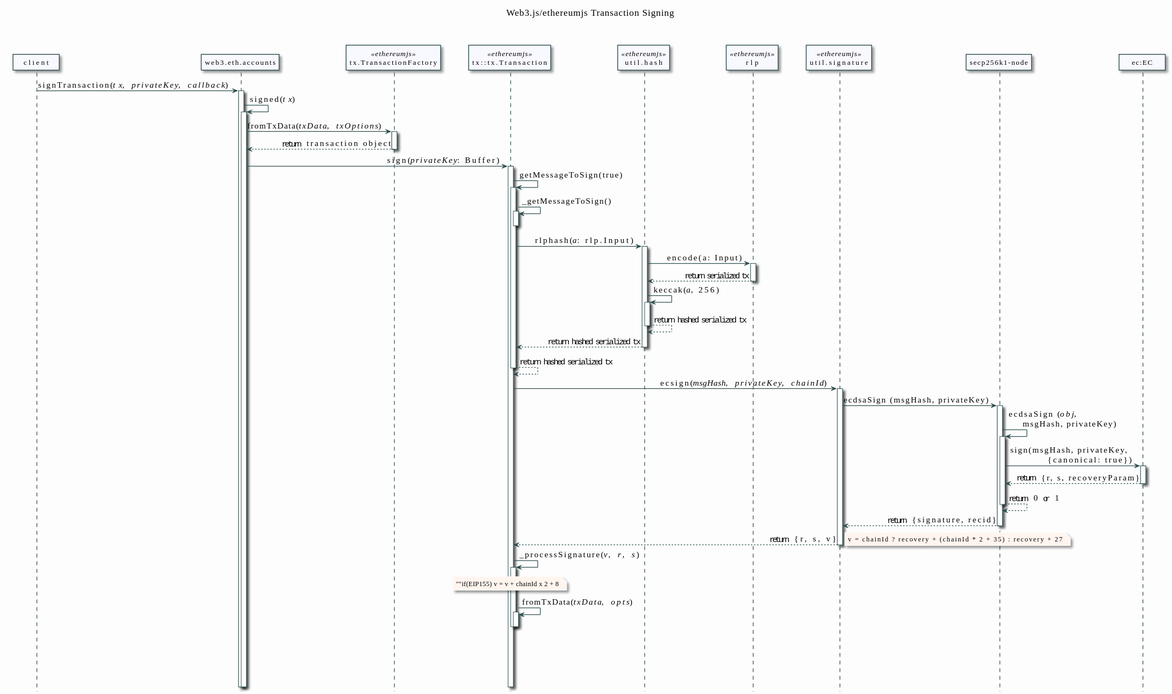
3rdstage/models keeps this PlantUML diagram as blockchain/signing/transaction-signing-workflow-web3js.svg. Above is the earlier version.
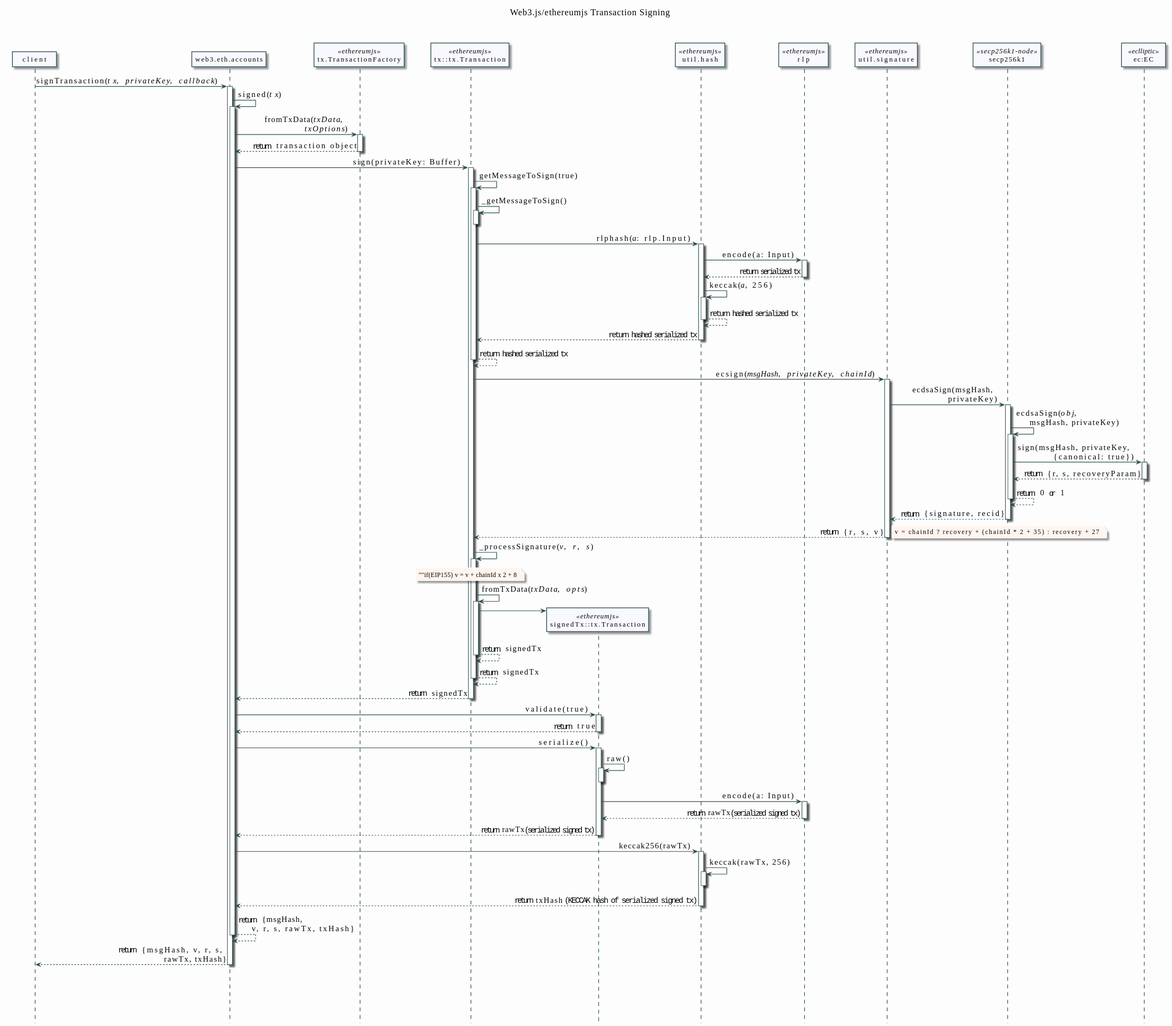
The same diagram one commit later.

The edit, as a diff of the source:
```diff
@@ -61,15 +61,17 @@
 participant "web3.eth.accounts" as accts
 participant "tx.TransactionFactory" as factory <<ethereumjs>>
 participant "tx::tx.Transaction" as tx <<ethereumjs>>
+participant "signedTx::tx.Transaction" as signedTx <<ethereumjs>>
 participant "util.hash" as hash <<ethereumjs>>
 participant "rlp" as rlp <<ethereumjs>>
 participant "util.signature" as signature <<ethereumjs>>
-participant "secp256k1-node" as secp256k1
-participant "ec:EC" as ec
+participant "secp256k1" as secp256k1 <<secp256k1-node>>
+participant "ec:EC" as ec <<eclliptic>>
 
 url of accts is [[https://github.com/ChainSafe/web3.js/blob/v1.7.0/packages/web3-eth-accounts/src/index.js]]
 url of factory is [[https://github.com/ethereumjs/ethereumjs-monorepo/blob/6e41fb32a4916cff53ec940d94e3c238f3c20d5f/packages/tx/src/transactionFactory.ts]]
 url of tx is [[https://github.com/ethereumjs/ethereumjs-monorepo/blob/6e41fb32a4916cff53ec940d94e3c238f3c20d5f/packages/tx/src/legacyTransaction.ts]]
+url of signedTx is [[https://github.com/ethereumjs/ethereumjs-monorepo/blob/6e41fb32a4916cff53ec940d94e3c238f3c20d5f/packages/tx/src/legacyTransaction.ts]]
 url of hash is [[https://github.com/ethereumjs/ethereumjs-monorepo/blob/6e41fb32a4916cff53ec940d94e3c238f3c20d5f/packages/util/src/hash.ts]]
 url of rlp is [[https://github.com/ethereumjs/rlp/blob/a0fc75b76e08939d9db5162640ba4363f6ce296e/src/index.ts]]
 url of signature is [[https://github.com/ethereumjs/ethereumjs-monorepo/blob/6e41fb32a4916cff53ec940d94e3c238f3c20d5f/packages/util/src/signature.ts]]
@@ -78,9 +80,9 @@
 
 client -> accts ++ [[https://github.com/ChainSafe/web3.js/blob/v1.7.0/packages/web3-eth-accounts/src/index.js#L146]] : signTransaction(//tx//, //privateKey//, //callback//)
   accts -> accts ++ [[https://github.com/ChainSafe/web3.js/blob/v1.7.0/packages/web3-eth-accounts/src/index.js#L182]] : signed(//tx//)
-    accts -> factory ++ [[https://github.com/ethereumjs/ethereumjs-monorepo/blob/@ethereumjs/tx@3.3.2/packages/tx/src/transactionFactory.ts#L22]] : fromTxData(//txData//, //txOptions//)
+    accts -> factory ++ [[https://github.com/ethereumjs/ethereumjs-monorepo/blob/@ethereumjs/tx@3.3.2/packages/tx/src/transactionFactory.ts#L22]] : fromTxData(//txData//, \n//txOptions//)
       accts <-- factory -- : <font:courier>return</font> transaction object
-    accts -> tx ++ [[https://github.com/ethereumjs/ethereumjs-monorepo/blob/@ethereumjs/tx@3.3.2/packages/tx/src/baseTransaction.ts#L282]] : sign(//privateKey//: Buffer)
+    accts -> tx ++ [[https://github.com/ethereumjs/ethereumjs-monorepo/blob/@ethereumjs/tx@3.3.2/packages/tx/src/baseTransaction.ts#L282]] : sign(privateKey: Buffer)
       tx -> tx ++ [[https://github.com/ethereumjs/ethereumjs-monorepo/blob/6e41fb32a4916cff53ec940d94e3c238f3c20d5f/packages/tx/src/legacyTransaction.ts#L210]] : getMessageToSign(true)
         tx -> tx ++ [[https://github.com/ethereumjs/ethereumjs-monorepo/blob/6e41fb32a4916cff53ec940d94e3c238f3c20d5f/packages/tx/src/legacyTransaction.ts#L176]] : _getMessageToSign()
           tx --
@@ -92,8 +94,8 @@
           tx <-- hash -- : <font:courier>return hashed serialized tx</font>
         tx <-- tx -- : <font:courier>return hashed serialized tx</font>
       tx -> signature ++ [[https://github.com/ethereumjs/ethereumjs-monorepo/blob/6e41fb32a4916cff53ec940d94e3c238f3c20d5f/packages/util/src/signature.ts#L25]] : ecsign(//msgHash//, //privateKey//, //chainId//)
-        signature -> secp256k1 ++ [[https://github.com/cryptocoinjs/secp256k1-node/blob/f73cd3a2b95ec6f549a2feabfbf2b8f17b30dcc7/lib/index.js#L252]] :  ecdsaSign (msgHash, privateKey)
-          secp256k1 -> secp256k1 ++ [[https://github.com/cryptocoinjs/secp256k1-node/blob/f73cd3a2b95ec6f549a2feabfbf2b8f17b30dcc7/lib/elliptic.js#L302]] : ecdsaSign (//obj//, \n   msgHash, privateKey)
+        signature -> secp256k1 ++ [[https://github.com/cryptocoinjs/secp256k1-node/blob/f73cd3a2b95ec6f549a2feabfbf2b8f17b30dcc7/lib/index.js#L252]] :  ecdsaSign(msgHash, \nprivateKey)
+          secp256k1 -> secp256k1 ++ [[https://github.com/cryptocoinjs/secp256k1-node/blob/f73cd3a2b95ec6f549a2feabfbf2b8f17b30dcc7/lib/elliptic.js#L302]] : ecdsaSign(//obj//, \n   msgHash, privateKey)
             secp256k1 -> ec ++ [[https://github.com/indutny/elliptic/blob/43ac7f230069bd1575e1e4a58394a512303ba803/lib/elliptic/ec/index.js#L91]] : sign(msgHash, privateKey, \n   {canonical: true})
               secp256k1 <-- ec -- : <font:courier>return</font> {r, s, recoveryParam}
             secp256k1 <-- secp256k1 -- : <font:courier>return</font> 0 <font:courier>or</font> 1
@@ -107,10 +109,25 @@
         ""if(EIP155) v = v + chainId x 2 + 8
         end note
         tx -> tx ++ [[https://github.com/ethereumjs/ethereumjs-monorepo/blob/6e41fb32a4916cff53ec940d94e3c238f3c20d5f/packages/tx/src/legacyTransaction.ts#L33]] : fromTxData(//txData//, //opts//)
-          tx --
-        tx --
+          tx -> signedTx **
+          tx <-- tx -- : <font:courier>return</font> signedTx
+        tx <-- tx -- : <font:courier>return</font> signedTx
+      accts <-- tx -- : <font:courier>return</font> signedTx
+    accts -> signedTx ++ [[https://github.com/ethereumjs/ethereumjs-monorepo/blob/6e41fb32a4916cff53ec940d94e3c238f3c20d5f/packages/tx/src/baseTransaction.ts#L149]] : validate(true)
+      accts <-- signedTx -- : <font:courier>return</font> true
+    accts -> signedTx ++ [[https://github.com/ethereumjs/ethereumjs-monorepo/blob/6e41fb32a4916cff53ec940d94e3c238f3c20d5f/packages/tx/src/legacyTransaction.ts#L172]] : serialize()
+      signedTx -> signedTx ++ [[https://github.com/ethereumjs/ethereumjs-monorepo/blob/6e41fb32a4916cff53ec940d94e3c238f3c20d5f/packages/tx/src/legacyTransaction.ts#L149]] : raw()
+        signedTx --
+      signedTx -> rlp ++ [[https://github.com/ethereumjs/rlp/blob/a0fc75b76e08939d9db5162640ba4363f6ce296e/src/index.ts#L14]] : encode(a: Input)
+        signedTx <-- rlp -- : <font:courier>return ""rawTx""(serialized signed tx)</font>
+      accts <-- signedTx -- : <font:courier>return ""rawTx""(serialized signed tx)</font>
+    accts -> hash ++ [[https://github.com/ethereumjs/ethereumjs-monorepo/blob/6e41fb32a4916cff53ec940d94e3c238f3c20d5f/packages/util/src/hash.ts#L37]]: keccak256(rawTx)
+      hash -> hash ++ [[https://github.com/ethereumjs/ethereumjs-monorepo/blob/6e41fb32a4916cff53ec940d94e3c238f3c20d5f/packages/util/src/hash.ts#L12]] : keccak(rawTx, 256)
+        hash --
+      accts <-- hash -- : <font:courier>return ""txHash"" (KECCAK hash of serialized signed tx)</font>
 
-
+    accts <-- accts -- : <font:courier>return</font> {msgHash, \n   v, r, s, rawTx, txHash} /' return of signed() function '/
+  client <-- accts -- : <font:courier>return</font> {msgHash, v, r, s, \n   rawTx, txHash}
 ||100||
 
 @enduml
```
